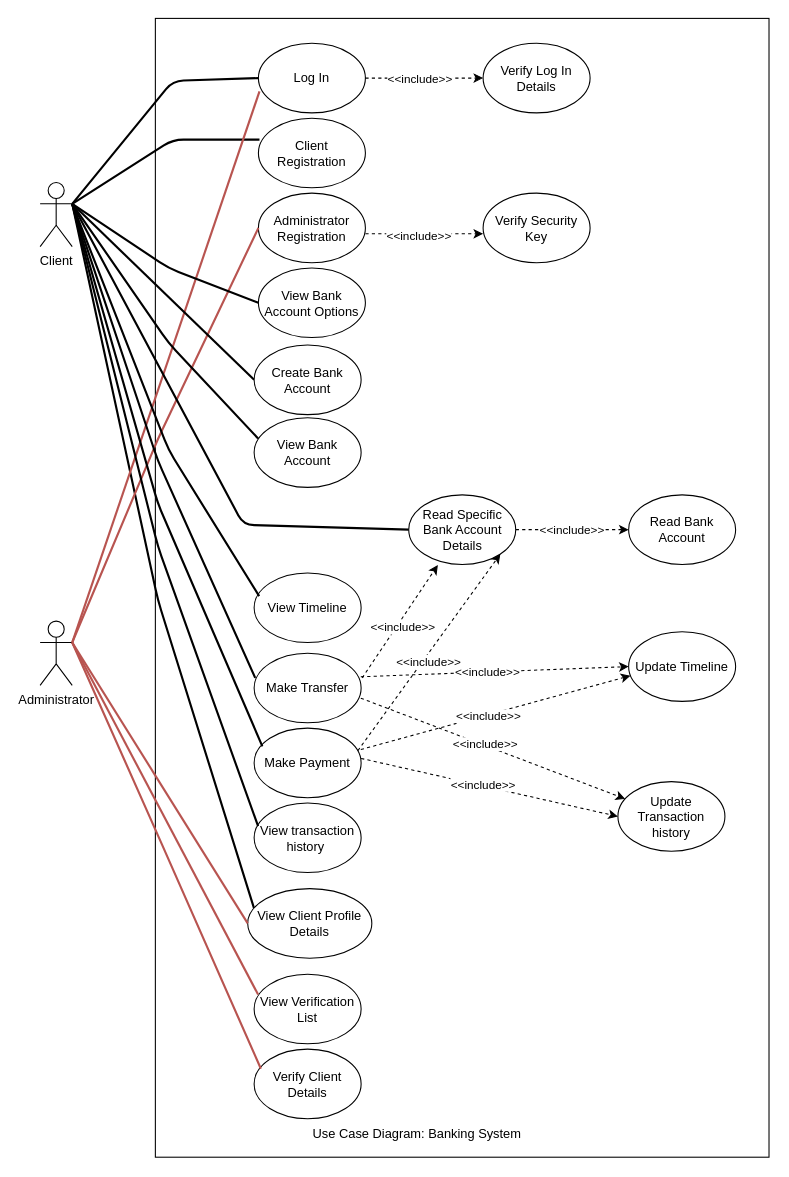
Above: Planning/Analysis and Design/Draw.io Diagrams/Use Case Diagram/UCD.drawio in SDP-Wits/Banking-System (draw.io), before the change. Source tidied: cells renumbered, new cells numbered last; positions are measured from the earlier drawing's top-left corner, leaving out a move shared by most shapes. Both pictures are drawn from the tidied source at 107%, with x=0, y=0 at pixel (-108, 43).
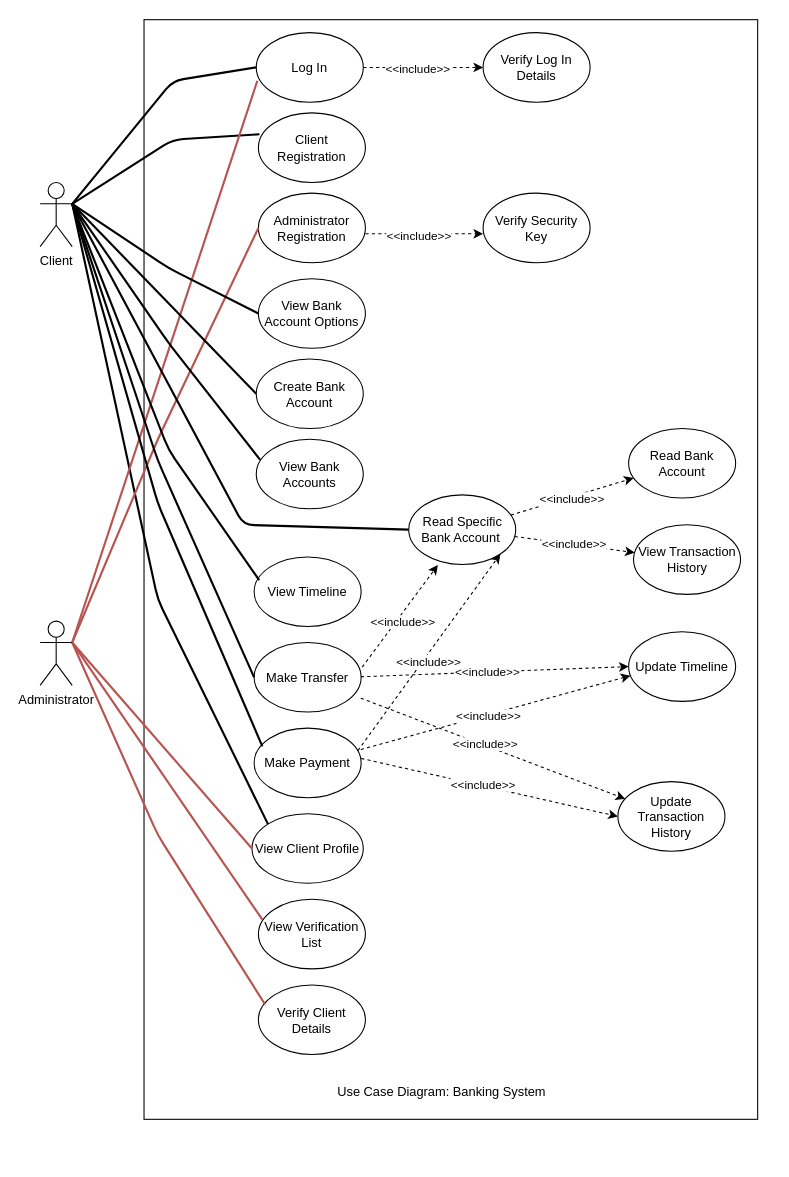
After the change.

Unchanged cells that the change refers to:
```xml
<mxCell id="3" value="Client" style="shape=umlActor;verticalLabelPosition=bottom;labelBackgroundColor=#ffffff;verticalAlign=top;html=1;outlineConnect=0;" parent="1" vertex="1">
  <mxGeometry x="138" y="130" width="30" height="60" as="geometry" />
</mxCell>
```

Diff of the diagram source:
```diff
@@
     <mxCell id="2" style="rounded=0;whiteSpace=wrap;html=1;rotation=90;" parent="1" vertex="1">
-      <mxGeometry x="0.3" y="222.1" width="1064.3" height="573.5" as="geometry" />
+      <mxGeometry x="8" y="205" width="1027.7" height="573.5" as="geometry" />
     </mxCell>
@@
     <mxCell id="5" value="Log In" style="ellipse;whiteSpace=wrap;html=1;" parent="1" vertex="1">
-      <mxGeometry x="342" width="100" height="65" as="geometry" />
+      <mxGeometry x="340" y="-10" width="100" height="65" as="geometry" />
     </mxCell>
-    <mxCell id="6" value="View Client Profile Details" style="ellipse;whiteSpace=wrap;html=1;" parent="1" vertex="1">
-      <mxGeometry x="332" y="790" width="116" height="65" as="geometry" />
+    <mxCell id="6" value="View Client Profile" style="ellipse;whiteSpace=wrap;html=1;" parent="1" vertex="1">
+      <mxGeometry x="336" y="720" width="104" height="65" as="geometry" />
     </mxCell>
     <mxCell id="7" value="Verify Client Details" style="ellipse;whiteSpace=wrap;html=1;" parent="1" vertex="1">
-      <mxGeometry x="338" y="940" width="100" height="65" as="geometry" />
+      <mxGeometry x="342" y="880" width="100" height="65" as="geometry" />
     </mxCell>
     <mxCell id="8" value="Verify Log In Details" style="ellipse;whiteSpace=wrap;html=1;" parent="1" vertex="1">
-      <mxGeometry x="552" width="100" height="65" as="geometry" />
+      <mxGeometry x="552" y="-10" width="100" height="65" as="geometry" />
     </mxCell>
     <mxCell id="9" value="Client &lt;br&gt;Registration" style="ellipse;whiteSpace=wrap;html=1;" parent="1" vertex="1">
-      <mxGeometry x="342" y="70" width="100" height="65" as="geometry" />
+      <mxGeometry x="342" y="65" width="100" height="65" as="geometry" />
     </mxCell>
@@
-    <mxCell id="13" style="endArrow=none;html=1;entryX=0.05;entryY=0.277;entryDx=0;entryDy=0;strokeWidth=2;exitX=1;exitY=0.3333333333333333;exitDx=0;exitDy=0;exitPerimeter=0;entryPerimeter=0;" parent="1" edge="1" source="3" target="6">
+    <mxCell id="13" style="endArrow=none;html=1;entryX=0;entryY=0;entryDx=0;entryDy=0;strokeWidth=2;exitX=1;exitY=0.3333333333333333;exitDx=0;exitDy=0;exitPerimeter=0;" parent="1" edge="1" source="3" target="6">
       <mxGeometry relative="1" as="geometry">
         <Array as="points">
           <mxPoint x="248" y="520" />
         </Array>
       </mxGeometry>
     </mxCell>
@@
     <mxCell id="23" value="Use Case Diagram: Banking System" style="text;html=1;align=center;verticalAlign=middle;" parent="1" vertex="1">
-      <mxGeometry x="385.4" y="1010" width="210" height="20" as="geometry" />
+      <mxGeometry x="408" y="970" width="210" height="20" as="geometry" />
     </mxCell>
     <mxCell id="24" value="View Bank Account Options" style="ellipse;whiteSpace=wrap;html=1;" parent="1" vertex="1">
-      <mxGeometry x="342" y="210" width="100" height="65" as="geometry" />
+      <mxGeometry x="342" y="220" width="100" height="65" as="geometry" />
     </mxCell>
@@
-    <mxCell id="26" value="View Bank Account" style="ellipse;whiteSpace=wrap;html=1;" parent="1" vertex="1">
-      <mxGeometry x="338" y="350" width="100" height="65" as="geometry" />
+    <mxCell id="26" value="View Bank Accounts" style="ellipse;whiteSpace=wrap;html=1;" parent="1" vertex="1">
+      <mxGeometry x="340" y="370" width="100" height="65" as="geometry" />
     </mxCell>
@@
     <mxCell id="29" value="Create Bank Account" style="ellipse;whiteSpace=wrap;html=1;" parent="1" vertex="1">
-      <mxGeometry x="338" y="282" width="100" height="65" as="geometry" />
+      <mxGeometry x="340" y="295" width="100" height="65" as="geometry" />
     </mxCell>
     <mxCell id="30" value="View Verification List" style="ellipse;whiteSpace=wrap;html=1;" parent="1" vertex="1">
-      <mxGeometry x="338" y="870" width="100" height="65" as="geometry" />
+      <mxGeometry x="342" y="800" width="100" height="65" as="geometry" />
     </mxCell>
@@
-    <mxCell id="32" value="Read Specific Bank Account Details" style="ellipse;whiteSpace=wrap;html=1;" parent="1" vertex="1">
+    <mxCell id="32" value="Read Specific Bank Account&amp;nbsp;" style="ellipse;whiteSpace=wrap;html=1;" parent="1" vertex="1">
       <mxGeometry x="482.5" y="422" width="100" height="65" as="geometry" />
     </mxCell>
     <mxCell id="33" value="View Timeline" style="ellipse;whiteSpace=wrap;html=1;" parent="1" vertex="1">
-      <mxGeometry x="338" y="495" width="100" height="65" as="geometry" />
+      <mxGeometry x="338" y="480" width="100" height="65" as="geometry" />
     </mxCell>
@@
     <mxCell id="36" value="Read Bank Account" style="ellipse;whiteSpace=wrap;html=1;" parent="1" vertex="1">
-      <mxGeometry x="688" y="422" width="100" height="65" as="geometry" />
+      <mxGeometry x="688" y="360" width="100" height="65" as="geometry" />
     </mxCell>
@@
     <mxCell id="40" value="Make Transfer" style="ellipse;whiteSpace=wrap;html=1;" parent="1" vertex="1">
-      <mxGeometry x="338" y="570" width="100" height="65" as="geometry" />
+      <mxGeometry x="338" y="560" width="100" height="65" as="geometry" />
     </mxCell>
-    <mxCell id="41" value="View transaction history&amp;nbsp;" style="ellipse;whiteSpace=wrap;html=1;" parent="1" vertex="1">
-      <mxGeometry x="338" y="710" width="100" height="65" as="geometry" />
-    </mxCell>
-    <mxCell id="42" style="endArrow=none;html=1;entryX=0.037;entryY=0.333;entryDx=0;entryDy=0;strokeWidth=2;exitX=1;exitY=0.3333333333333333;exitDx=0;exitDy=0;exitPerimeter=0;entryPerimeter=0;" parent="1" edge="1" source="3" target="41">
-      <mxGeometry relative="1" as="geometry">
-        <Array as="points">
-          <mxPoint x="248" y="470" />
-        </Array>
-      </mxGeometry>
-    </mxCell>
@@
-    <mxCell id="44" style="endArrow=none;html=1;entryX=0.01;entryY=0.354;entryDx=0;entryDy=0;strokeWidth=2;exitX=1;exitY=0.3333333333333333;exitDx=0;exitDy=0;exitPerimeter=0;entryPerimeter=0;" parent="1" edge="1" source="3" target="40">
+    <mxCell id="44" style="endArrow=none;html=1;strokeWidth=2;exitX=1;exitY=0.3333333333333333;exitDx=0;exitDy=0;exitPerimeter=0;entryX=0;entryY=0.5;entryDx=0;entryDy=0;" parent="1" edge="1" source="3" target="40">
       <mxGeometry relative="1" as="geometry">
         <Array as="points">
           <mxPoint x="248" y="390" />
         </Array>
       </mxGeometry>
     </mxCell>
@@
-    <mxCell id="46" value="Update Transaction history" style="ellipse;whiteSpace=wrap;html=1;" parent="1" vertex="1">
+    <mxCell id="46" value="Update Transaction History" style="ellipse;whiteSpace=wrap;html=1;" parent="1" vertex="1">
       <mxGeometry x="678" y="690" width="100" height="65" as="geometry" />
     </mxCell>
@@
+    <mxCell id="59" value="View Transaction History" style="ellipse;whiteSpace=wrap;html=1;" parent="1" vertex="1">
+      <mxGeometry x="692.6" y="450" width="100" height="65" as="geometry" />
+    </mxCell>
+    <mxCell id="60" style="endArrow=classic;dashed=1;html=1;endFill=1;" parent="1" edge="1" source="32" target="59">
+      <mxGeometry relative="1" as="geometry" />
+    </mxCell>
+    <mxCell id="61" value="&amp;lt;&amp;lt;include&amp;gt;&amp;gt;" style="edgeLabel;html=1;align=center;verticalAlign=middle;" parent="60" vertex="1">
+      <mxGeometry x="-0.1" y="-1" relative="1" as="geometry">
+        <mxPoint x="5" y="-1" as="offset" />
+      </mxGeometry>
+    </mxCell>
```
